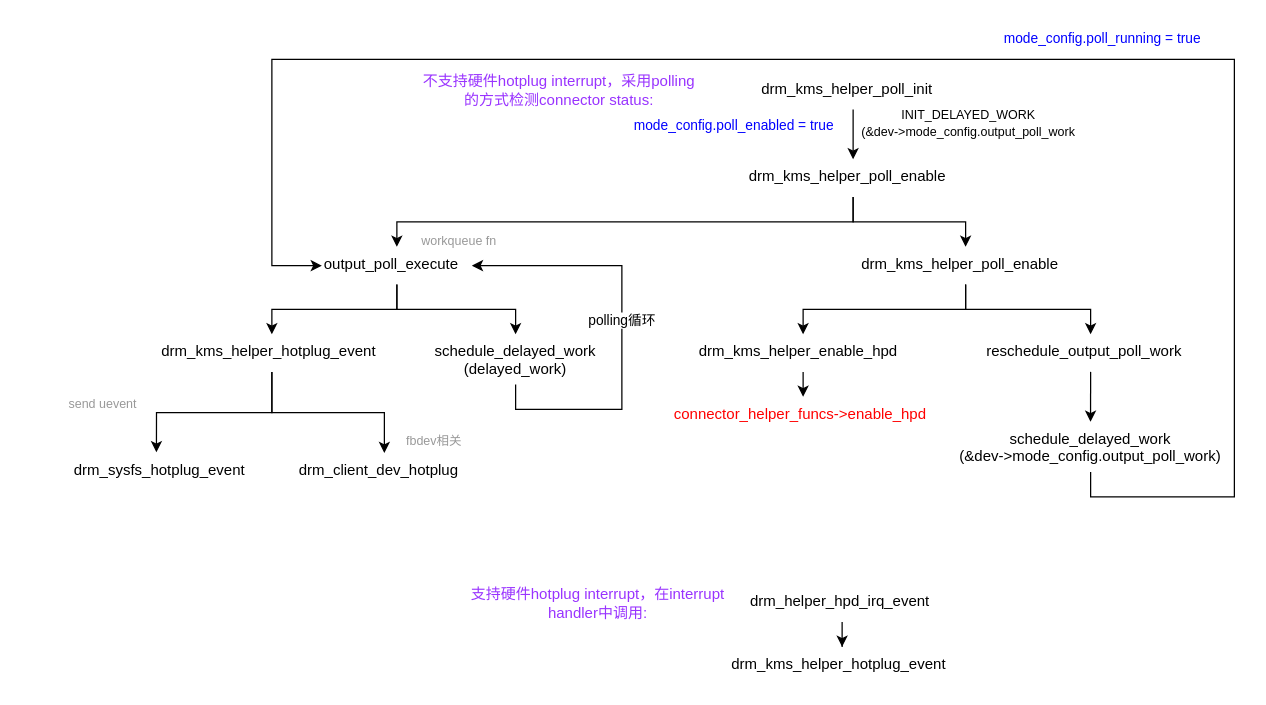
Before: drm_hotplug.drawio in YC-Xiang/draw.io, a draw.io diagram. Source tidied: cells renumbered, new cells numbered last; positions are measured from the earlier drawing's top-left corner, leaving out a move shared by most shapes. Both pictures are drawn from the tidied source at 125%, with x=0, y=0 at pixel (59, 21).
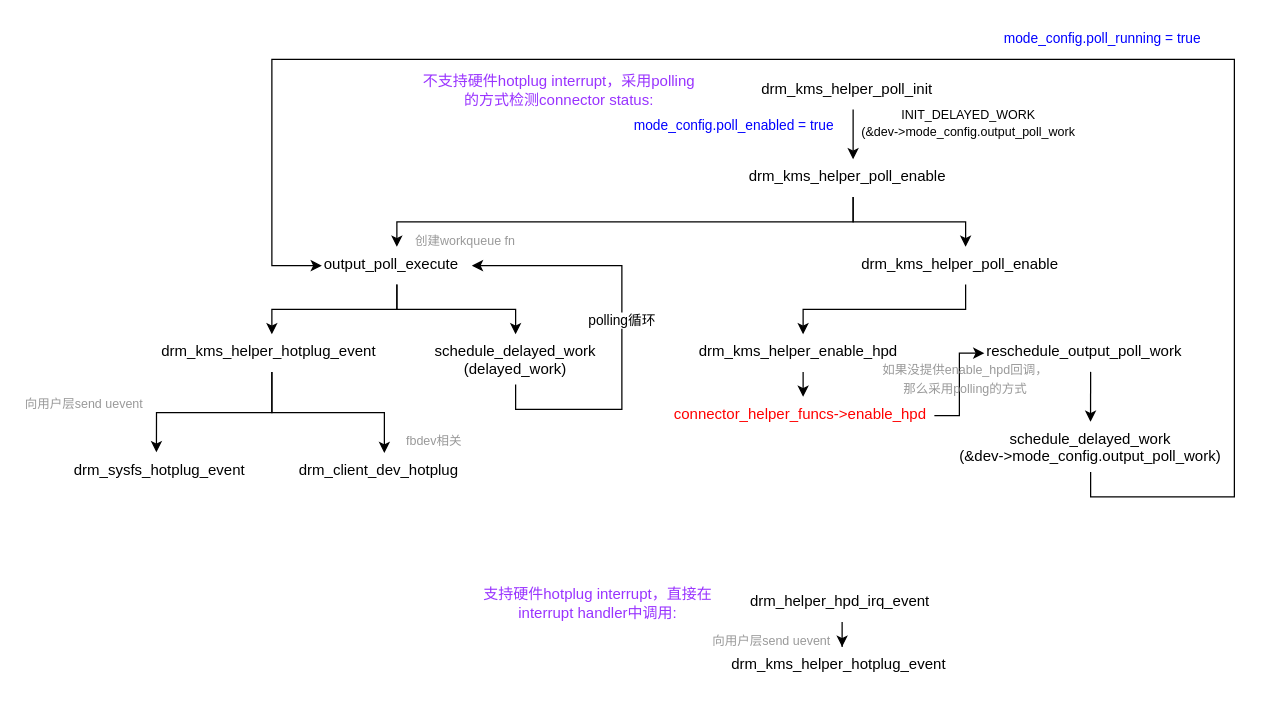
The same diagram, later.

Unchanged cells that the change refers to:
```xml
<mxCell id="13" value="drm_kms_helper_poll_enable" style="text;whiteSpace=wrap;html=1;" parent="1" vertex="1">
  <mxGeometry x="640" y="180" width="170" height="30" as="geometry" />
</mxCell>
<mxCell id="16" value="&lt;font color=&quot;#ff0000&quot;&gt;connector_helper_funcs-&amp;gt;enable_hpd&lt;/font&gt;" style="text;whiteSpace=wrap;html=1;" parent="1" vertex="1">
  <mxGeometry x="490" y="300" width="210" height="30" as="geometry" />
</mxCell>
<mxCell id="18" value="reschedule_output_poll_work" style="text;whiteSpace=wrap;html=1;" parent="1" vertex="1">
  <mxGeometry x="740" y="250" width="170" height="30" as="geometry" />
</mxCell>
```

What changed in the source:
```diff
@@
-    <mxCell id="10" value="&lt;font style=&quot;font-size: 10px;&quot;&gt;workqueue fn&lt;/font&gt;" style="text;html=1;align=center;verticalAlign=middle;whiteSpace=wrap;rounded=0;fontSize=10;fontColor=#999999;" parent="1" vertex="1">
-      <mxGeometry x="280" y="160" width="80" height="30" as="geometry" />
+    <mxCell id="10" value="&lt;font style=&quot;font-size: 10px;&quot;&gt;创建workqueue fn&lt;/font&gt;" style="text;html=1;align=center;verticalAlign=middle;whiteSpace=wrap;rounded=0;fontSize=10;fontColor=#999999;" parent="1" vertex="1">
+      <mxGeometry x="280" y="160" width="90" height="30" as="geometry" />
     </mxCell>
@@
-    <mxCell id="12" style="edgeStyle=orthogonalEdgeStyle;rounded=0;jettySize=auto;html=1;exitX=0.5;exitY=1;exitDx=0;exitDy=0;entryX=0.5;entryY=0;entryDx=0;entryDy=0;" parent="1" edge="1" source="13" target="18">
-      <mxGeometry relative="1" as="geometry" />
-    </mxCell>
@@
+    <mxCell id="39" style="edgeStyle=orthogonalEdgeStyle;rounded=0;jettySize=auto;html=1;exitX=1;exitY=0.5;exitDx=0;exitDy=0;entryX=0;entryY=0.5;entryDx=0;entryDy=0;" parent="1" edge="1" source="16" target="18">
+      <mxGeometry relative="1" as="geometry" />
+    </mxCell>
@@
-    <mxCell id="33" value="&lt;font color=&quot;#999999&quot; style=&quot;font-size: 10px;&quot;&gt;send uevent&lt;/font&gt;" style="text;html=1;align=center;verticalAlign=middle;whiteSpace=wrap;rounded=0;" parent="1" vertex="1">
-      <mxGeometry y="290" width="70" height="30" as="geometry" />
+    <mxCell id="33" value="&lt;font color=&quot;#999999&quot; style=&quot;font-size: 10px;&quot;&gt;向用户层send uevent&lt;/font&gt;" style="text;html=1;align=center;verticalAlign=middle;whiteSpace=wrap;rounded=0;" parent="1" vertex="1">
+      <mxGeometry x="-30" y="290" width="100" height="30" as="geometry" />
     </mxCell>
@@
-    <mxCell id="37" value="&lt;font color=&quot;#9933ff&quot;&gt;支持硬件hotplug interrupt，在interrupt handler中调用:&lt;/font&gt;" style="text;html=1;align=center;verticalAlign=middle;whiteSpace=wrap;rounded=0;" parent="1" vertex="1">
+    <mxCell id="37" value="&lt;font color=&quot;#9933ff&quot;&gt;支持硬件hotplug interrupt，直接在interrupt handler中调用:&lt;/font&gt;" style="text;html=1;align=center;verticalAlign=middle;whiteSpace=wrap;rounded=0;" parent="1" vertex="1">
       <mxGeometry x="321.2" y="450" width="220" height="30" as="geometry" />
     </mxCell>
@@
+    <mxCell id="40" value="&lt;font color=&quot;#999999&quot; style=&quot;font-size: 10px;&quot;&gt;向用户层send uevent&lt;/font&gt;" style="text;html=1;align=center;verticalAlign=middle;whiteSpace=wrap;rounded=0;" parent="1" vertex="1">
+      <mxGeometry x="520" y="480" width="100" height="30" as="geometry" />
+    </mxCell>
+    <mxCell id="41" value="&lt;font color=&quot;#999999&quot; style=&quot;font-size: 10px;&quot;&gt;如果没提供enable_hpd回调，那么采用polling的方式&lt;/font&gt;" style="text;html=1;align=center;verticalAlign=middle;whiteSpace=wrap;rounded=0;" parent="1" vertex="1">
+      <mxGeometry x="655" y="270" width="140" height="30" as="geometry" />
+    </mxCell>
```
